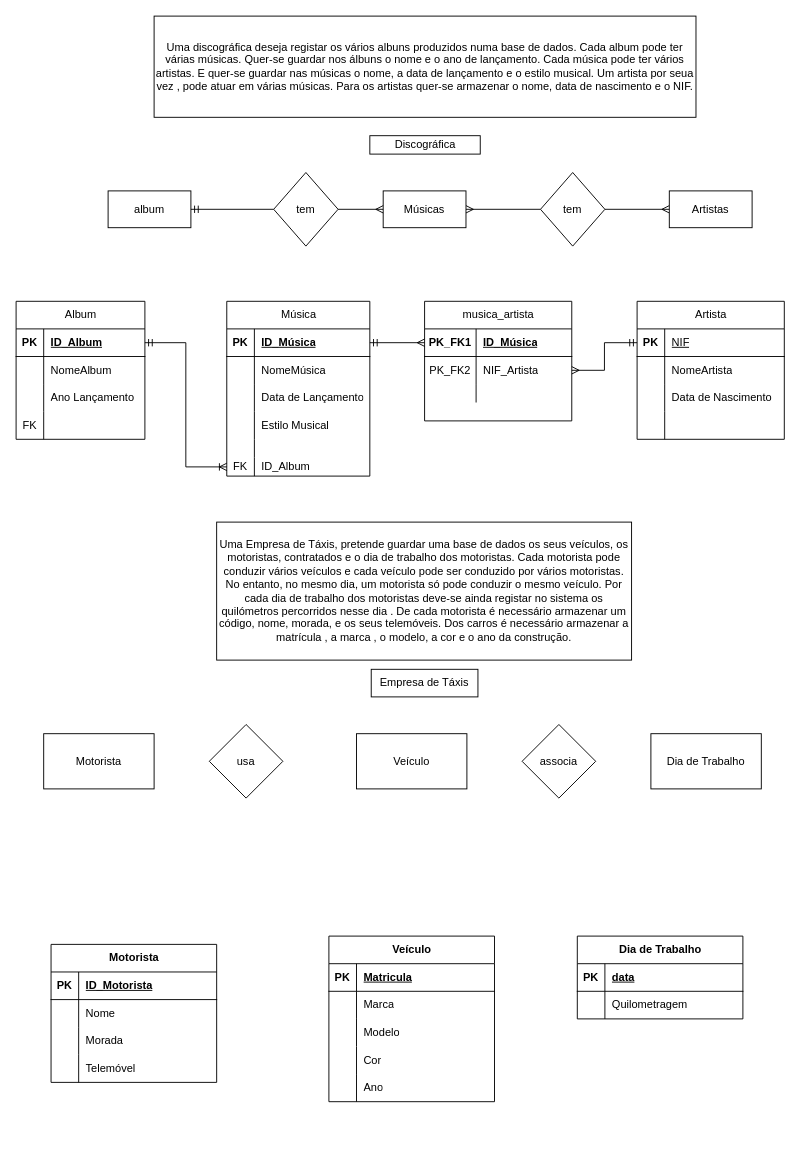
Above: Diagrama sem nome.drawio in joaopakina14/baseDeDados (draw.io), before the change. Source tidied: cells renumbered, new cells numbered last; positions are measured from the earlier drawing's top-left corner, leaving out a move shared by most shapes. Both pictures are drawn from the tidied source at 92%, with x=0, y=0 at pixel (16, 16).
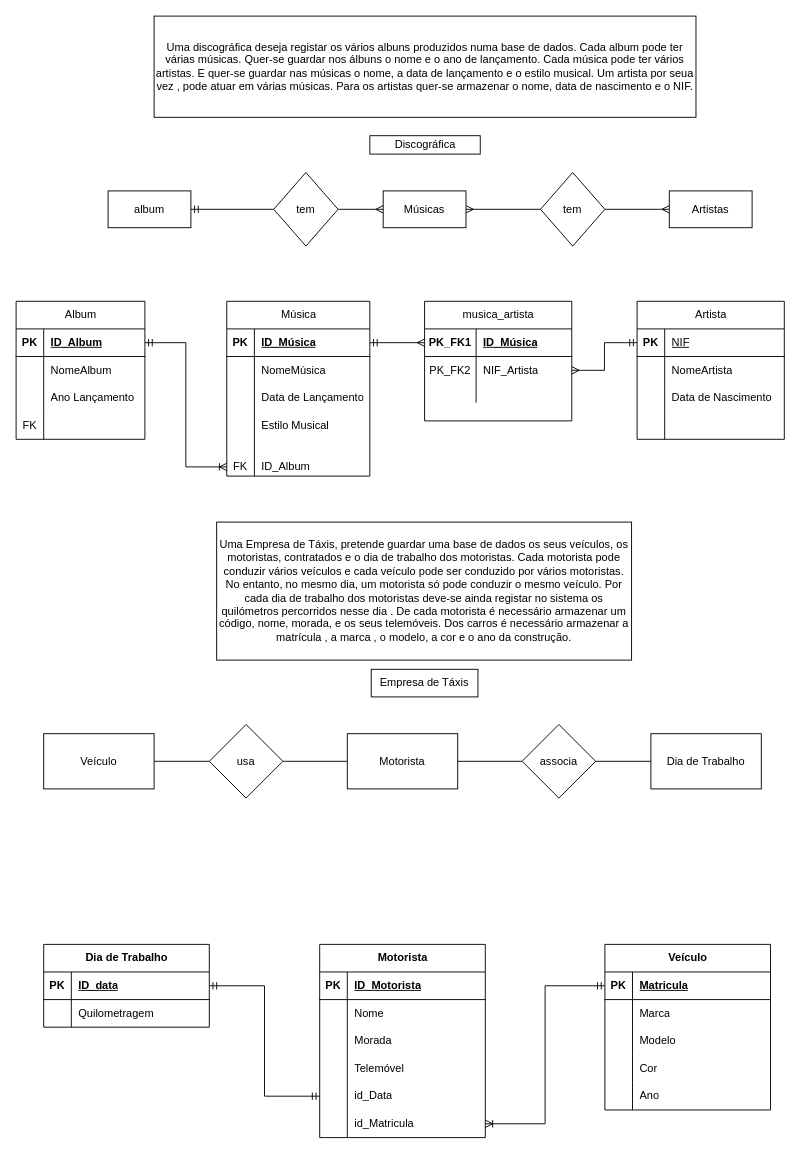
Above is the later version.

The change refers to these unchanged cells:
```xml
<mxCell id="87" style="shape=tableRow;horizontal=0;startSize=0;swimlaneHead=0;swimlaneBody=0;fillColor=none;points=[[0,0.5],[1,0.5]];portConstraint=eastwest;top=0;left=0;right=0;bottom=1;" parent="86" vertex="1">
  <mxGeometry y="30" width="180" height="30" as="geometry" />
</mxCell>
<mxCell id="103" style="shape=tableRow;horizontal=0;startSize=0;swimlaneHead=0;swimlaneBody=0;fillColor=none;points=[[0,0.5],[1,0.5]];portConstraint=eastwest;top=0;left=0;right=0;bottom=1;" parent="102" vertex="1">
  <mxGeometry y="30" width="180" height="30" as="geometry" />
</mxCell>
<mxCell id="111" value="Dia de Trabalho" style="rounded=0;whiteSpace=wrap;html=1;" parent="1" vertex="1">
  <mxGeometry x="690" y="780" width="120" height="60" as="geometry" />
</mxCell>
<mxCell id="112" value="usa" style="rhombus;whiteSpace=wrap;html=1;" parent="1" vertex="1">
  <mxGeometry x="210" y="770" width="80" height="80" as="geometry" />
</mxCell>
<mxCell id="113" value="associa" style="rhombus;whiteSpace=wrap;html=1;" parent="1" vertex="1">
  <mxGeometry x="550" y="770" width="80" height="80" as="geometry" />
</mxCell>
```

Change to the diagram source:
```diff
@@
     <mxCell id="73" value="Motorista" style="shape=table;startSize=30;childLayout=tableLayout;rowLines=0;fontStyle=1;align=center;html=1;" parent="1" vertex="1">
-      <mxGeometry x="38" y="1009" width="180" height="150" as="geometry" />
+      <mxGeometry x="330" y="1009" width="180" height="210" as="geometry" />
     </mxCell>
@@
+    <mxCell id="114" style="shape=tableRow;horizontal=0;startSize=0;swimlaneHead=0;swimlaneBody=0;fillColor=none;points=[[0,0.5],[1,0.5]];portConstraint=eastwest;top=0;left=0;right=0;bottom=0;" parent="73" vertex="1">
+      <mxGeometry y="150" width="180" height="30" as="geometry" />
+    </mxCell>
+    <mxCell id="115" style="shape=partialRectangle;fillColor=none;top=0;left=0;bottom=0;right=0;overflow=hidden;whiteSpace=wrap;html=1;" parent="114" vertex="1">
+      <mxGeometry width="30" height="30" as="geometry" />
+    </mxCell>
+    <mxCell id="116" value="id_Data" style="shape=partialRectangle;fillColor=none;top=0;left=0;bottom=0;right=0;align=left;spacingLeft=6;overflow=hidden;whiteSpace=wrap;html=1;" parent="114" vertex="1">
+      <mxGeometry x="30" width="150" height="30" as="geometry" />
+    </mxCell>
+    <mxCell id="117" style="shape=tableRow;horizontal=0;startSize=0;swimlaneHead=0;swimlaneBody=0;fillColor=none;points=[[0,0.5],[1,0.5]];portConstraint=eastwest;top=0;left=0;right=0;bottom=0;" parent="73" vertex="1">
+      <mxGeometry y="180" width="180" height="30" as="geometry" />
+    </mxCell>
+    <mxCell id="118" style="shape=partialRectangle;fillColor=none;top=0;left=0;bottom=0;right=0;overflow=hidden;whiteSpace=wrap;html=1;" parent="117" vertex="1">
+      <mxGeometry width="30" height="30" as="geometry" />
+    </mxCell>
+    <mxCell id="119" value="id_Matricula" style="shape=partialRectangle;fillColor=none;top=0;left=0;bottom=0;right=0;align=left;spacingLeft=6;overflow=hidden;whiteSpace=wrap;html=1;" parent="117" vertex="1">
+      <mxGeometry x="30" width="150" height="30" as="geometry" />
+    </mxCell>
     <mxCell id="86" value="Veículo" style="shape=table;startSize=30;childLayout=tableLayout;rowLines=0;fontStyle=1;align=center;html=1;" parent="1" vertex="1">
-      <mxGeometry x="340" y="1000" width="180" height="180" as="geometry" />
+      <mxGeometry x="640" y="1009" width="180" height="180" as="geometry" />
     </mxCell>
@@
     <mxCell id="102" value="Dia de Trabalho" style="shape=table;startSize=30;childLayout=tableLayout;rowLines=0;fontStyle=1;align=center;html=1;" parent="1" vertex="1">
-      <mxGeometry x="610" y="1000" width="180" height="90" as="geometry" />
+      <mxGeometry x="30" y="1009" width="180" height="90" as="geometry" />
     </mxCell>
@@
-    <mxCell id="105" value="data" style="shape=partialRectangle;fillColor=none;top=0;left=0;bottom=0;right=0;align=left;spacingLeft=6;fontStyle=5;overflow=hidden;whiteSpace=wrap;html=1;" parent="103" vertex="1">
+    <mxCell id="105" value="ID_data" style="shape=partialRectangle;fillColor=none;top=0;left=0;bottom=0;right=0;align=left;spacingLeft=6;fontStyle=5;overflow=hidden;whiteSpace=wrap;html=1;" parent="103" vertex="1">
       <mxGeometry x="30" width="150" height="30" as="geometry" />
     </mxCell>
@@
+    <mxCell id="120" style="edgeStyle=orthogonalEdgeStyle;rounded=0;jettySize=auto;html=1;endArrow=none;endFill=0;" parent="1" edge="1" source="109" target="112">
+      <mxGeometry relative="1" as="geometry" />
+    </mxCell>
+    <mxCell id="121" style="edgeStyle=orthogonalEdgeStyle;rounded=0;jettySize=auto;html=1;endArrow=none;endFill=0;" parent="1" edge="1" source="109" target="113">
+      <mxGeometry relative="1" as="geometry" />
+    </mxCell>
     <mxCell id="109" value="Motorista" style="rounded=0;whiteSpace=wrap;html=1;" parent="1" vertex="1">
-      <mxGeometry x="30" y="780" width="120" height="60" as="geometry" />
+      <mxGeometry x="360" y="780" width="120" height="60" as="geometry" />
     </mxCell>
     <mxCell id="110" value="Veículo" style="rounded=0;whiteSpace=wrap;html=1;" parent="1" vertex="1">
-      <mxGeometry x="370" y="780" width="120" height="60" as="geometry" />
+      <mxGeometry x="30" y="780" width="120" height="60" as="geometry" />
     </mxCell>
@@
+    <mxCell id="122" style="edgeStyle=orthogonalEdgeStyle;rounded=0;jettySize=auto;html=1;endArrow=none;endFill=0;" parent="1" edge="1" source="112" target="110">
+      <mxGeometry relative="1" as="geometry" />
+    </mxCell>
@@
+    <mxCell id="123" style="edgeStyle=orthogonalEdgeStyle;rounded=0;jettySize=auto;html=1;endArrow=none;endFill=0;" parent="1" edge="1" source="113" target="111">
+      <mxGeometry relative="1" as="geometry" />
+    </mxCell>
@@
+    <mxCell id="124" style="edgeStyle=orthogonalEdgeStyle;rounded=0;jettySize=auto;html=1;entryX=0;entryY=0.5;entryDx=0;entryDy=0;startArrow=ERmandOne;startFill=0;endArrow=ERmandOne;endFill=0;" parent="1" edge="1" source="103" target="114">
+      <mxGeometry relative="1" as="geometry" />
+    </mxCell>
+    <mxCell id="125" style="edgeStyle=orthogonalEdgeStyle;rounded=0;jettySize=auto;html=1;entryX=1;entryY=0.5;entryDx=0;entryDy=0;endArrow=ERoneToMany;endFill=0;startArrow=ERmandOne;startFill=0;" parent="1" edge="1" source="87" target="117">
+      <mxGeometry relative="1" as="geometry" />
+    </mxCell>
```
